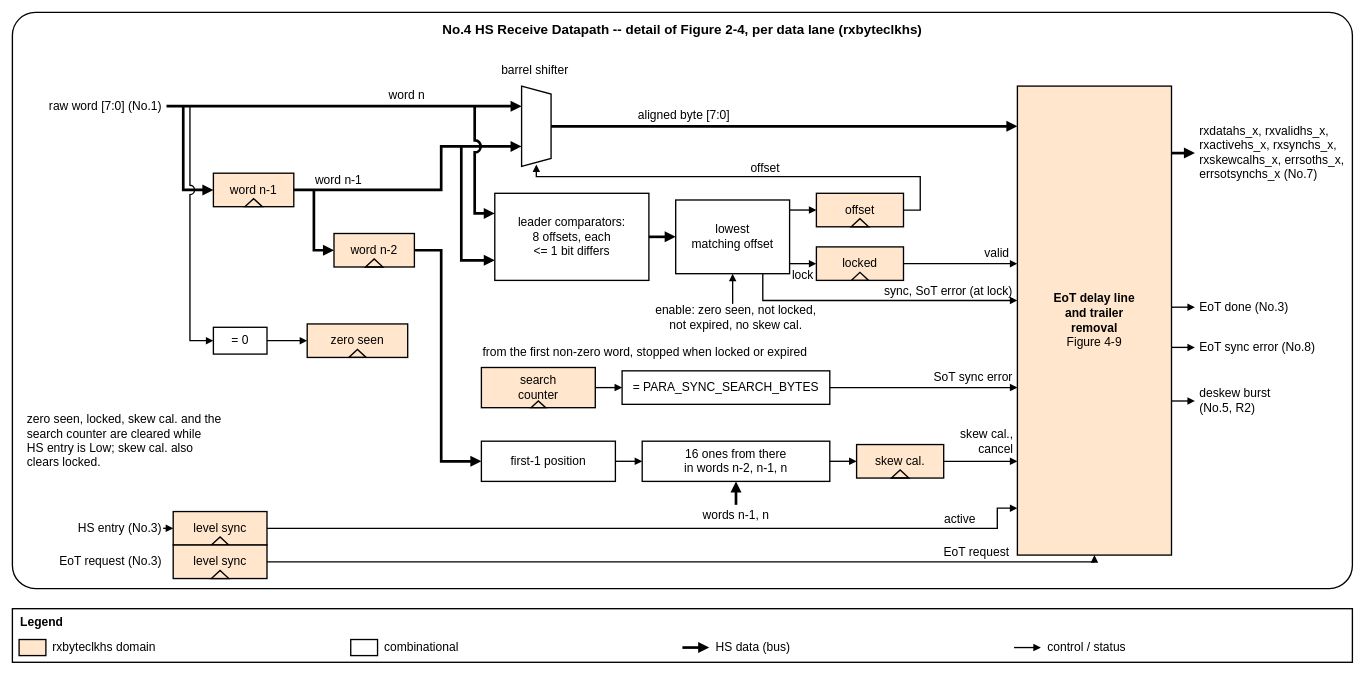
Before: 22fdx/rx/digital/hw/rtl/ip/ftel_dphy_rx/doc/figures/ftel_dphy_rx_hs_datapath.drawio in ftel-cdc/fu3_dphy, a draw.io diagram. Source tidied: cells renumbered, new cells numbered last; positions are measured from the earlier drawing's top-left corner, leaving out a move shared by most shapes. Both pictures are drawn from the tidied source at 67%, with x=0, y=0 at pixel (12, 12).
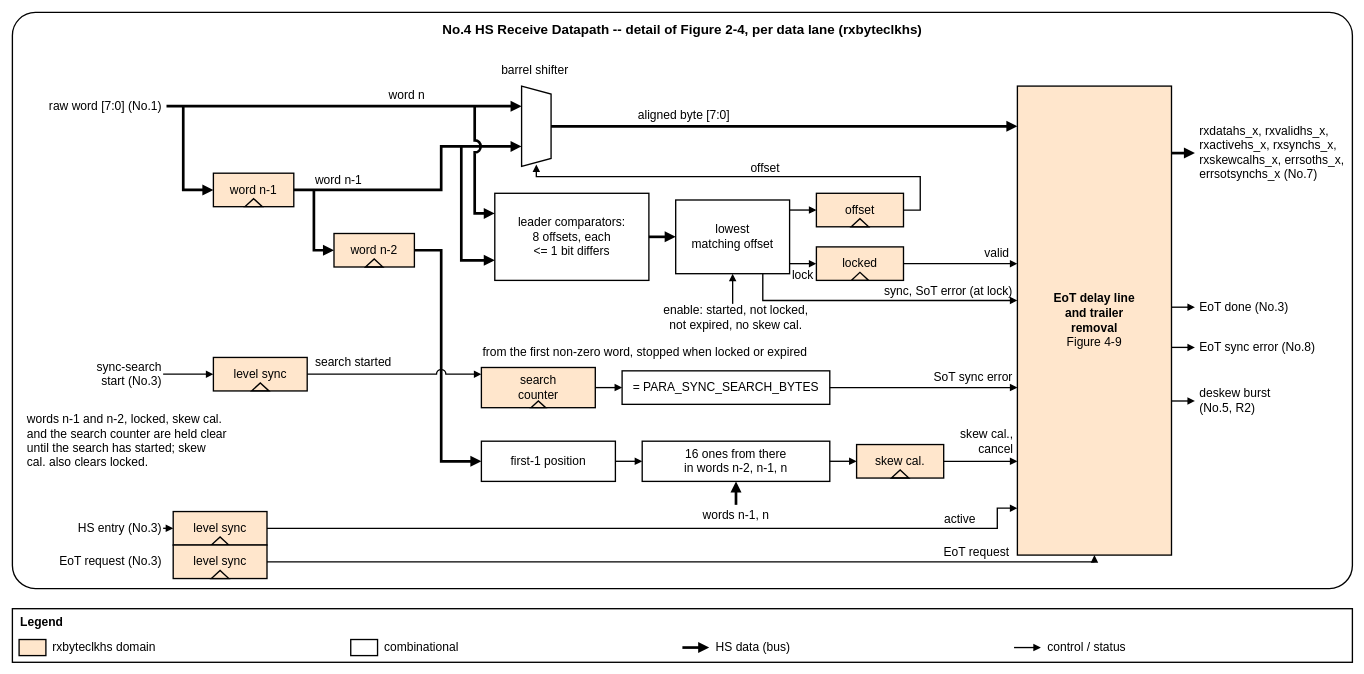
The same diagram, later.

The edit, as a diff of the source:
```diff
@@
-    <mxCell id="23" value="enable: zero seen, not locked,&lt;br&gt;not expired, no skew cal." style="text;html=1;whiteSpace=wrap;fontSize=18;align=center;verticalAlign=middle;strokeColor=none;fillColor=none;spacing=2;" parent="1" vertex="1">
+    <mxCell id="23" value="enable: started, not locked,&lt;br&gt;not expired, no skew cal." style="text;html=1;whiteSpace=wrap;fontSize=18;align=center;verticalAlign=middle;strokeColor=none;fillColor=none;spacing=2;" parent="1" vertex="1">
       <mxGeometry x="930" y="430" width="300" height="52" as="geometry" />
     </mxCell>
@@
-    <mxCell id="37" value="= 0" style="rounded=0;whiteSpace=wrap;html=1;fontSize=18;strokeWidth=2;fillColor=#FFFFFF;align=center;verticalAlign=middle;spacing=4;" parent="1" vertex="1">
-      <mxGeometry x="300" y="470" width="80" height="40" as="geometry" />
-    </mxCell>
-    <mxCell id="38" style="endArrow=block;endFill=1;html=1;fontSize=18;edgeStyle=orthogonalEdgeStyle;rounded=0;jumpStyle=arc;jumpSize=12;labelBackgroundColor=#FFFFFF;strokeWidth=2;" parent="1" edge="1">
-      <mxGeometry relative="1" as="geometry">
-        <mxPoint x="265" y="140" as="sourcePoint" />
-        <mxPoint x="300" y="490" as="targetPoint" />
-        <Array as="points">
-          <mxPoint x="265" y="490" />
-        </Array>
-      </mxGeometry>
-    </mxCell>
-    <mxCell id="39" value="zero seen" style="rounded=0;whiteSpace=wrap;html=1;fontSize=18;strokeWidth=2;fillColor=#FFE6CC;align=center;verticalAlign=middle;spacing=4;" parent="1" vertex="1">
-      <mxGeometry x="440" y="465" width="150" height="50" as="geometry" />
-    </mxCell>
-    <mxCell id="40" style="triangle;whiteSpace=wrap;html=1;rotation=-90;strokeWidth=2;fillColor=none;" parent="1" vertex="1">
-      <mxGeometry x="509" y="496" width="12" height="26" as="geometry" />
-    </mxCell>
-    <mxCell id="41" style="endArrow=block;endFill=1;html=1;fontSize=18;edgeStyle=orthogonalEdgeStyle;rounded=0;jumpStyle=arc;jumpSize=12;labelBackgroundColor=#FFFFFF;strokeWidth=2;edgeStyle=none;" parent="1" edge="1">
-      <mxGeometry relative="1" as="geometry">
-        <mxPoint x="380" y="490" as="sourcePoint" />
-        <mxPoint x="440" y="490" as="targetPoint" />
-      </mxGeometry>
-    </mxCell>
@@
-    <mxCell id="80" value="zero seen, locked, skew cal. and the&lt;br&gt;search counter are cleared while&lt;br&gt;HS entry is Low; skew cal. also&lt;br&gt;clears locked." style="text;html=1;whiteSpace=wrap;fontSize=18;align=left;verticalAlign=top;strokeColor=none;fillColor=none;spacing=2;" parent="1" vertex="1">
+    <mxCell id="80" value="words n-1 and n-2, locked, skew cal.&lt;br&gt;and the search counter are held clear&lt;br&gt;until the search has started; skew&lt;br&gt;cal. also clears locked." style="text;html=1;whiteSpace=wrap;fontSize=18;align=left;verticalAlign=top;strokeColor=none;fillColor=none;spacing=2;" parent="1" vertex="1">
       <mxGeometry x="20" y="590" width="420" height="110" as="geometry" />
     </mxCell>
+    <mxCell id="91" value="sync-search&lt;br&gt;start (No.3)" style="text;html=1;whiteSpace=wrap;fontSize=18;align=right;verticalAlign=middle;strokeColor=none;fillColor=none;spacing=2;" parent="1" vertex="1">
+      <mxGeometry x="5" y="515" width="220" height="50" as="geometry" />
+    </mxCell>
+    <mxCell id="92" style="endArrow=block;endFill=1;html=1;fontSize=18;edgeStyle=orthogonalEdgeStyle;rounded=0;jumpStyle=arc;jumpSize=12;labelBackgroundColor=#FFFFFF;strokeWidth=2;edgeStyle=none;" parent="1" edge="1">
+      <mxGeometry relative="1" as="geometry">
+        <mxPoint x="225" y="540" as="sourcePoint" />
+        <mxPoint x="300" y="540" as="targetPoint" />
+      </mxGeometry>
+    </mxCell>
+    <mxCell id="93" value="level sync" style="rounded=0;whiteSpace=wrap;html=1;fontSize=18;strokeWidth=2;fillColor=#FFE6CC;align=center;verticalAlign=middle;spacing=4;" parent="1" vertex="1">
+      <mxGeometry x="300" y="515" width="140" height="50" as="geometry" />
+    </mxCell>
+    <mxCell id="94" style="triangle;whiteSpace=wrap;html=1;rotation=-90;strokeWidth=2;fillColor=none;" parent="1" vertex="1">
+      <mxGeometry x="364" y="546" width="12" height="26" as="geometry" />
+    </mxCell>
+    <mxCell id="95" style="endArrow=block;endFill=1;html=1;fontSize=18;edgeStyle=orthogonalEdgeStyle;rounded=0;jumpStyle=arc;jumpSize=12;labelBackgroundColor=#FFFFFF;strokeWidth=2;edgeStyle=none;" parent="1" edge="1">
+      <mxGeometry relative="1" as="geometry">
+        <mxPoint x="440" y="540" as="sourcePoint" />
+        <mxPoint x="700" y="540" as="targetPoint" />
+      </mxGeometry>
+    </mxCell>
+    <mxCell id="96" value="search started" style="text;html=1;whiteSpace=wrap;fontSize=18;align=left;verticalAlign=middle;strokeColor=none;fillColor=none;spacing=2;" parent="1" vertex="1">
+      <mxGeometry x="450" y="508" width="180" height="28" as="geometry" />
+    </mxCell>
```
